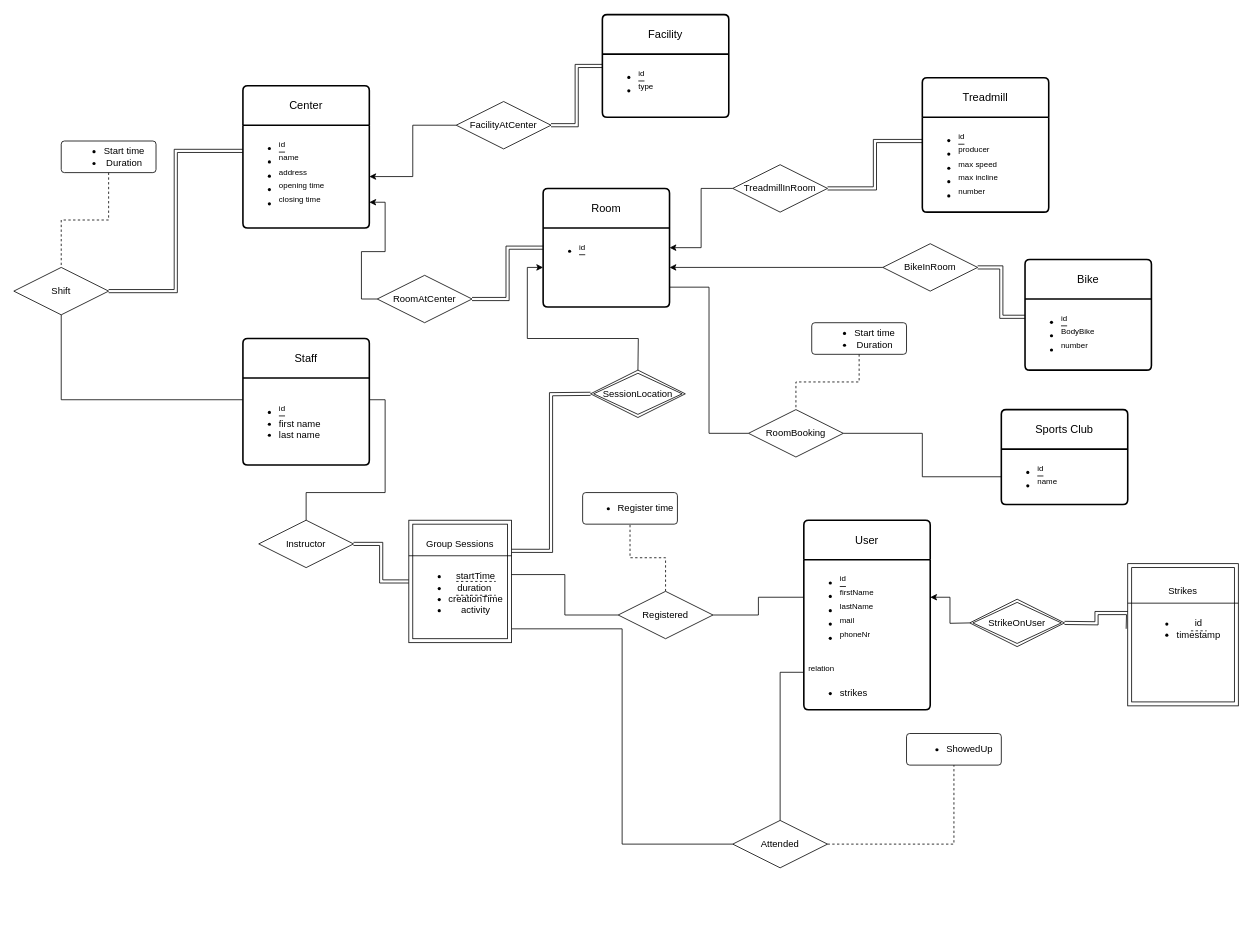
Earlier version of the draw.io diagram er-diagram.drawio (Simenf05/database-project). Source tidied: cells renumbered, new cells numbered last; positions are measured from the earlier drawing's top-left corner, leaving out a move shared by most shapes. Both pictures are drawn from the tidied source at 79%, with x=0, y=0 at pixel (13, 14).
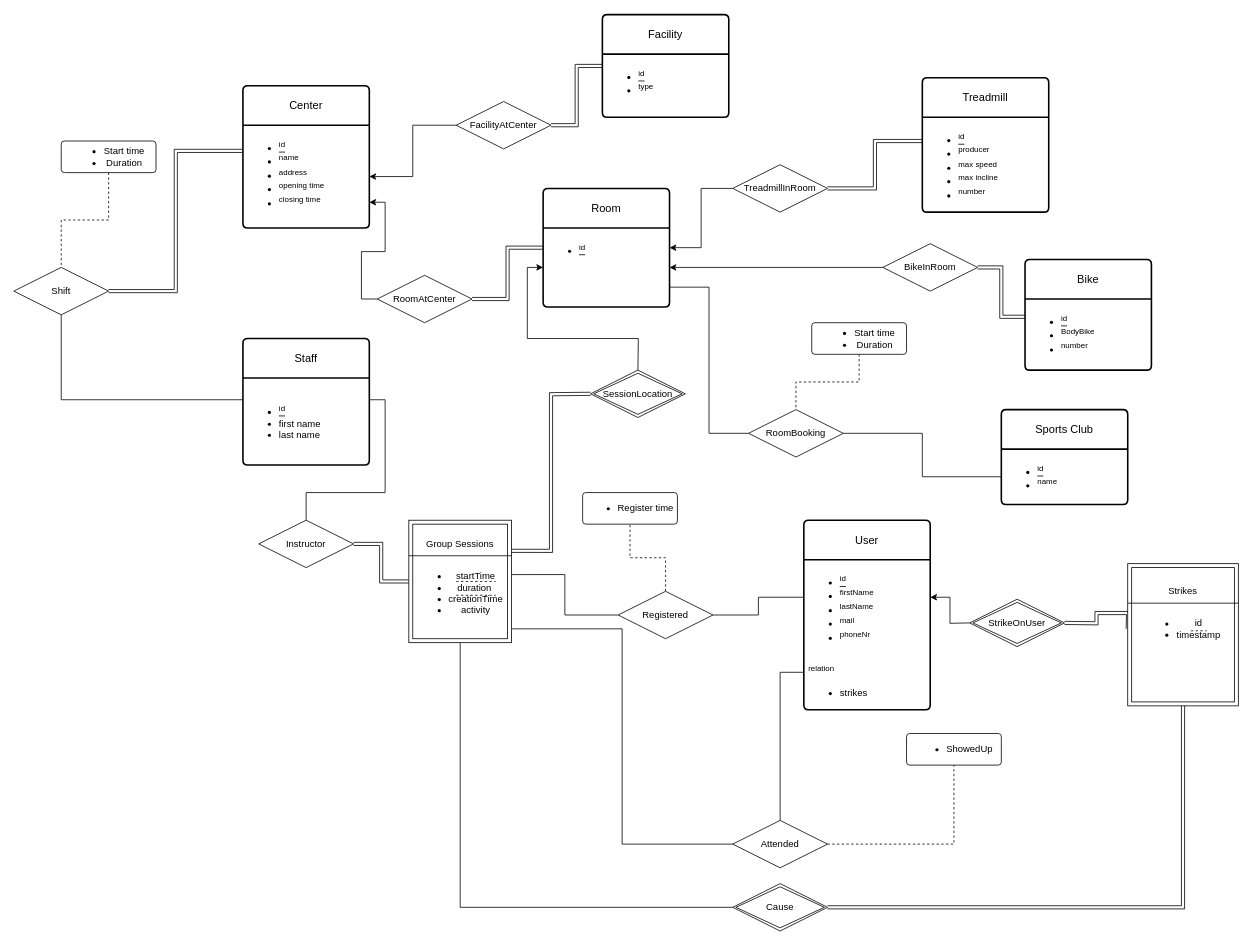
The same page after the edit.

Unchanged cells that the change refers to:
```xml
<mxCell id="58" value="Strikes&lt;br&gt;&lt;div&gt;&lt;br&gt;&lt;/div&gt;&lt;div&gt;&lt;ul&gt;&lt;li&gt;id&lt;/li&gt;&lt;li&gt;timestamp&lt;/li&gt;&lt;/ul&gt;&lt;/div&gt;&lt;div&gt;&lt;br&gt;&lt;/div&gt;&lt;div&gt;&lt;br&gt;&lt;/div&gt;&lt;div&gt;&lt;br&gt;&lt;/div&gt;" style="shape=ext;margin=3;double=1;whiteSpace=wrap;html=1;align=center;" parent="1" vertex="1">
  <mxGeometry x="1410" y="695" width="140" height="180" as="geometry" />
</mxCell>
<mxCell id="62" value="Group Sessions&lt;div&gt;&lt;br&gt;&lt;div&gt;&lt;ul&gt;&lt;li&gt;startTime&lt;/li&gt;&lt;li&gt;duration&amp;nbsp;&lt;/li&gt;&lt;li&gt;creationTime&lt;/li&gt;&lt;li&gt;activity&lt;/li&gt;&lt;/ul&gt;&lt;/div&gt;&lt;/div&gt;" style="shape=ext;margin=3;double=1;whiteSpace=wrap;html=1;align=center;" parent="1" vertex="1">
  <mxGeometry x="500" y="640" width="130" height="155" as="geometry" />
</mxCell>
```

Diff of the diagram source:
```diff
@@
+    <mxCell id="67" style="edgeStyle=orthogonalEdgeStyle;rounded=0;jettySize=auto;html=1;shape=link;" parent="1" edge="1" source="69" target="58">
+      <mxGeometry relative="1" as="geometry" />
+    </mxCell>
+    <mxCell id="68" style="edgeStyle=orthogonalEdgeStyle;rounded=0;jettySize=auto;html=1;entryX=0.5;entryY=1;entryDx=0;entryDy=0;endArrow=none;endFill=0;" parent="1" edge="1" source="69" target="62">
+      <mxGeometry relative="1" as="geometry" />
+    </mxCell>
+    <mxCell id="69" value="Cause" style="shape=rhombus;double=1;perimeter=rhombusPerimeter;whiteSpace=wrap;html=1;align=center;" parent="1" vertex="1">
+      <mxGeometry x="910" y="1100" width="120" height="60" as="geometry" />
+    </mxCell>
```
